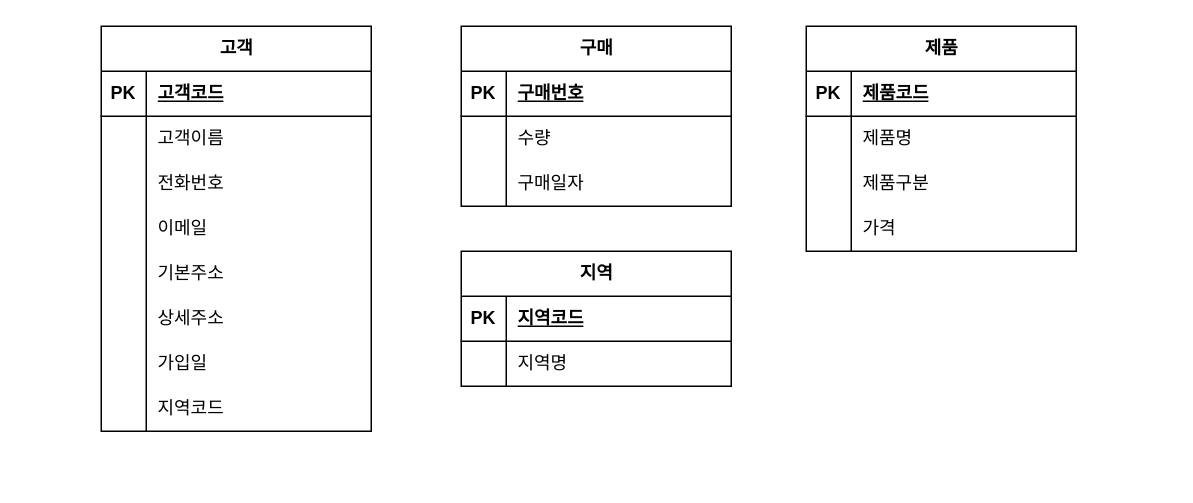
joohyunProjectStorage/erd_sample keeps this draw.io diagram as page "페이지-2" (2 of 2) of 제목 없는 다이어그램.drawio. Above is the earlier version. Source tidied: cells renumbered, new cells numbered last; positions are measured from the earlier drawing's top-left corner, leaving out a move shared by most shapes. Both pictures are drawn from the tidied source at 150%, with x=0, y=0 at pixel (100, 26).
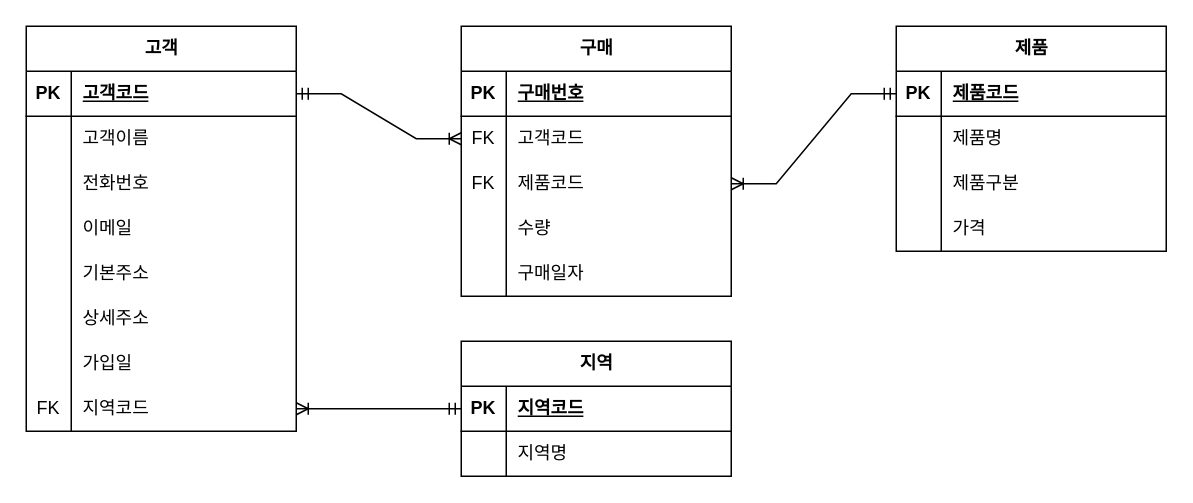
Above is the later version.

Unchanged cells that the change refers to:
```xml
<mxCell id="3" style="shape=tableRow;horizontal=0;startSize=0;swimlaneHead=0;swimlaneBody=0;fillColor=none;points=[[0,0.5],[1,0.5]];portConstraint=eastwest;top=0;left=0;right=0;bottom=1;" parent="2" vertex="1">
  <mxGeometry y="30" width="180" height="30" as="geometry" />
</mxCell>
<mxCell id="24" style="shape=tableRow;horizontal=0;startSize=0;swimlaneHead=0;swimlaneBody=0;fillColor=none;points=[[0,0.5],[1,0.5]];portConstraint=eastwest;top=0;left=0;right=0;bottom=0;" parent="2" vertex="1">
  <mxGeometry y="240" width="180" height="30" as="geometry" />
</mxCell>
<mxCell id="31" style="shape=tableRow;horizontal=0;startSize=0;swimlaneHead=0;swimlaneBody=0;fillColor=none;points=[[0,0.5],[1,0.5]];portConstraint=eastwest;top=0;left=0;right=0;bottom=0;" parent="27" vertex="1">
  <mxGeometry y="60" width="180" height="30" as="geometry" />
</mxCell>
<mxCell id="34" style="shape=tableRow;horizontal=0;startSize=0;swimlaneHead=0;swimlaneBody=0;fillColor=none;points=[[0,0.5],[1,0.5]];portConstraint=eastwest;top=0;left=0;right=0;bottom=0;" parent="27" vertex="1">
  <mxGeometry y="90" width="180" height="30" as="geometry" />
</mxCell>
<mxCell id="38" style="shape=tableRow;horizontal=0;startSize=0;swimlaneHead=0;swimlaneBody=0;fillColor=none;points=[[0,0.5],[1,0.5]];portConstraint=eastwest;top=0;left=0;right=0;bottom=1;" parent="37" vertex="1">
  <mxGeometry y="30" width="180" height="30" as="geometry" />
</mxCell>
<mxCell id="51" style="shape=tableRow;horizontal=0;startSize=0;swimlaneHead=0;swimlaneBody=0;fillColor=none;points=[[0,0.5],[1,0.5]];portConstraint=eastwest;top=0;left=0;right=0;bottom=1;" parent="50" vertex="1">
  <mxGeometry y="30" width="180" height="30" as="geometry" />
</mxCell>
```

Change to the diagram source:
```diff
@@
     <mxCell id="2" value="고객" style="shape=table;startSize=30;childLayout=tableLayout;rowLines=0;fontStyle=1;align=center;html=1;" parent="1" vertex="1">
-      <mxGeometry width="180" height="270" as="geometry" />
+      <mxGeometry x="-50" width="180" height="270" as="geometry" />
     </mxCell>
@@
-    <mxCell id="25" style="shape=partialRectangle;fillColor=none;top=0;left=0;bottom=0;right=0;overflow=hidden;whiteSpace=wrap;html=1;" parent="24" vertex="1">
+    <mxCell id="25" value="FK" style="shape=partialRectangle;fillColor=none;top=0;left=0;bottom=0;right=0;overflow=hidden;whiteSpace=wrap;html=1;" parent="24" vertex="1">
       <mxGeometry width="30" height="30" as="geometry" />
     </mxCell>
@@
     <mxCell id="27" value="구매" style="shape=table;startSize=30;childLayout=tableLayout;rowLines=0;fontStyle=1;align=center;html=1;" parent="1" vertex="1">
-      <mxGeometry x="240" width="180" height="120" as="geometry" />
+      <mxGeometry x="240" width="180" height="180" as="geometry" />
     </mxCell>
@@
-    <mxCell id="32" style="shape=partialRectangle;fillColor=none;top=0;left=0;bottom=0;right=0;overflow=hidden;whiteSpace=wrap;html=1;" parent="31" vertex="1">
+    <mxCell id="32" value="FK" style="shape=partialRectangle;fillColor=none;top=0;left=0;bottom=0;right=0;overflow=hidden;whiteSpace=wrap;html=1;" parent="31" vertex="1">
       <mxGeometry width="30" height="30" as="geometry" />
     </mxCell>
-    <mxCell id="33" value="수량" style="shape=partialRectangle;fillColor=none;top=0;left=0;bottom=0;right=0;align=left;spacingLeft=6;overflow=hidden;whiteSpace=wrap;html=1;" parent="31" vertex="1">
+    <mxCell id="33" value="고객코드" style="shape=partialRectangle;fillColor=none;top=0;left=0;bottom=0;right=0;align=left;spacingLeft=6;overflow=hidden;whiteSpace=wrap;html=1;" parent="31" vertex="1">
       <mxGeometry x="30" width="150" height="30" as="geometry" />
     </mxCell>
@@
-    <mxCell id="35" style="shape=partialRectangle;fillColor=none;top=0;left=0;bottom=0;right=0;overflow=hidden;whiteSpace=wrap;html=1;" parent="34" vertex="1">
+    <mxCell id="35" value="FK" style="shape=partialRectangle;fillColor=none;top=0;left=0;bottom=0;right=0;overflow=hidden;whiteSpace=wrap;html=1;" parent="34" vertex="1">
       <mxGeometry width="30" height="30" as="geometry" />
     </mxCell>
-    <mxCell id="36" value="구매일자" style="shape=partialRectangle;fillColor=none;top=0;left=0;bottom=0;right=0;align=left;spacingLeft=6;overflow=hidden;whiteSpace=wrap;html=1;" parent="34" vertex="1">
+    <mxCell id="36" value="제품코드" style="shape=partialRectangle;fillColor=none;top=0;left=0;bottom=0;right=0;align=left;spacingLeft=6;overflow=hidden;whiteSpace=wrap;html=1;" parent="34" vertex="1">
       <mxGeometry x="30" width="150" height="30" as="geometry" />
     </mxCell>
+    <mxCell id="57" style="shape=tableRow;horizontal=0;startSize=0;swimlaneHead=0;swimlaneBody=0;fillColor=none;top=0;left=0;right=0;bottom=0;" parent="27" vertex="1">
+      <mxGeometry y="120" width="180" height="30" as="geometry" />
+    </mxCell>
+    <mxCell id="58" style="shape=partialRectangle;fillColor=none;top=0;left=0;bottom=0;right=0;overflow=hidden;whiteSpace=wrap;html=1;" parent="57" vertex="1">
+      <mxGeometry width="30" height="30" as="geometry" />
+    </mxCell>
+    <mxCell id="59" value="수량" style="shape=partialRectangle;fillColor=none;top=0;left=0;bottom=0;right=0;align=left;spacingLeft=6;overflow=hidden;whiteSpace=wrap;html=1;" parent="57" vertex="1">
+      <mxGeometry x="30" width="150" height="30" as="geometry" />
+    </mxCell>
+    <mxCell id="60" style="shape=tableRow;horizontal=0;startSize=0;swimlaneHead=0;swimlaneBody=0;fillColor=none;top=0;left=0;right=0;bottom=0;" parent="27" vertex="1">
+      <mxGeometry y="150" width="180" height="30" as="geometry" />
+    </mxCell>
+    <mxCell id="61" style="shape=partialRectangle;fillColor=none;top=0;left=0;bottom=0;right=0;overflow=hidden;whiteSpace=wrap;html=1;" parent="60" vertex="1">
+      <mxGeometry width="30" height="30" as="geometry" />
+    </mxCell>
+    <mxCell id="62" value="구매일자" style="shape=partialRectangle;fillColor=none;top=0;left=0;bottom=0;right=0;align=left;spacingLeft=6;overflow=hidden;whiteSpace=wrap;html=1;" parent="60" vertex="1">
+      <mxGeometry x="30" width="150" height="30" as="geometry" />
+    </mxCell>
     <mxCell id="37" value="제품" style="shape=table;startSize=30;childLayout=tableLayout;rowLines=0;fontStyle=1;align=center;html=1;" parent="1" vertex="1">
-      <mxGeometry x="470" width="180" height="150" as="geometry" />
+      <mxGeometry x="530" width="180" height="150" as="geometry" />
     </mxCell>
@@
     <mxCell id="50" value="지역" style="shape=table;startSize=30;childLayout=tableLayout;rowLines=0;fontStyle=1;align=center;html=1;" parent="1" vertex="1">
-      <mxGeometry x="240" y="150" width="180" height="90" as="geometry" />
+      <mxGeometry x="240" y="210" width="180" height="90" as="geometry" />
     </mxCell>
@@
+    <mxCell id="63" style="edgeStyle=entityRelationEdgeStyle;fontSize=12;html=1;endArrow=ERoneToMany;startArrow=ERmandOne;rounded=0;entryX=1;entryY=0.5;entryDx=0;entryDy=0;exitX=0;exitY=0.5;exitDx=0;exitDy=0;" parent="1" edge="1" source="51" target="24">
+      <mxGeometry relative="1" as="geometry" />
+    </mxCell>
+    <mxCell id="64" style="edgeStyle=entityRelationEdgeStyle;fontSize=12;html=1;endArrow=ERoneToMany;startArrow=ERmandOne;rounded=0;entryX=0;entryY=0.5;entryDx=0;entryDy=0;exitX=1;exitY=0.5;exitDx=0;exitDy=0;" parent="1" edge="1" source="3" target="31">
+      <mxGeometry relative="1" as="geometry" />
+    </mxCell>
+    <mxCell id="65" style="edgeStyle=entityRelationEdgeStyle;fontSize=12;html=1;endArrow=ERoneToMany;startArrow=ERmandOne;rounded=0;entryX=1;entryY=0.5;entryDx=0;entryDy=0;exitX=0;exitY=0.5;exitDx=0;exitDy=0;" parent="1" edge="1" source="38" target="34">
+      <mxGeometry relative="1" as="geometry" />
+    </mxCell>
```
